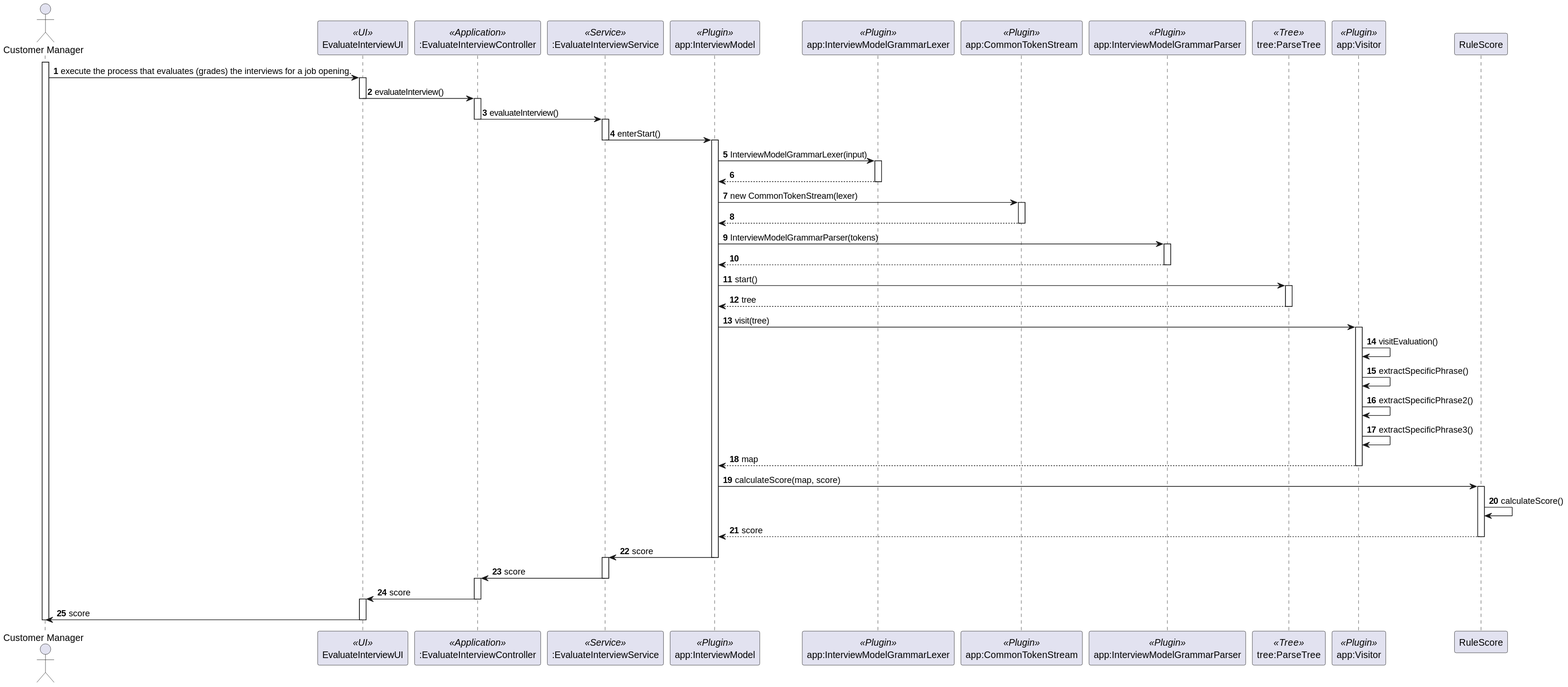
Before: docs/sprintC/1018/svg/1018-sequence-diagram.svg, a diagram exported from PlantUML (marcoferreira37/Lapr4). The source it was exported from:
```plantuml
@startuml
actor "Customer Manager" as Agent
participant "EvaluateInterviewUI" as ui <<UI>>
participant ":EvaluateInterviewController" as ctrl <<Application>>
participant ":EvaluateInterviewService" as jobServ <<Service>>
participant "app:InterviewModel" as interview <<Plugin>>
participant "app:InterviewModelGrammarLexer" as lexer <<Plugin>>
participant "app:CommonTokenStream" as stream <<Plugin>>
participant "app:InterviewModelGrammarParser" as parser <<Plugin>>
participant "tree:ParseTree" as tree <<Tree>>
participant "app:Visitor" as visitor <<Plugin>>





autonumber

activate Agent

Agent -> ui: execute the process that evaluates (grades) the interviews for a job opening.
activate ui
ui -> ctrl: evaluateInterview()
deactivate ui

activate ctrl
ctrl -> jobServ: evaluateInterview()
deactivate ctrl

activate jobServ


jobServ -> interview: enterStart()
deactivate jobServ

activate interview

interview -> lexer: InterviewModelGrammarLexer(input)
activate lexer
lexer --> interview:
deactivate lexer

interview -> stream: new CommonTokenStream(lexer)
activate stream
stream --> interview:
deactivate stream

interview -> parser: InterviewModelGrammarParser(tokens)
activate parser
parser--> interview:
deactivate parser

interview -> tree: start()
activate tree
tree --> interview: tree
deactivate tree


interview -> visitor: visit(tree)
activate visitor

visitor -> visitor: visitEvaluation()
visitor -> visitor: extractSpecificPhrase()
visitor -> visitor: extractSpecificPhrase2()
visitor -> visitor: extractSpecificPhrase3()

visitor --> interview: map
deactivate visitor

interview -> RuleScore: calculateScore(map, score)
activate RuleScore

RuleScore -> RuleScore: calculateScore()

RuleScore --> interview: score
deactivate RuleScore

interview -> jobServ: score
deactivate interview
activate jobServ

jobServ -> ctrl: score
deactivate jobServ
activate ctrl
ctrl -> ui: score
deactivate ctrl
activate ui
ui -> Agent: score
deactivate ui



deactivate Agent
@enduml
```
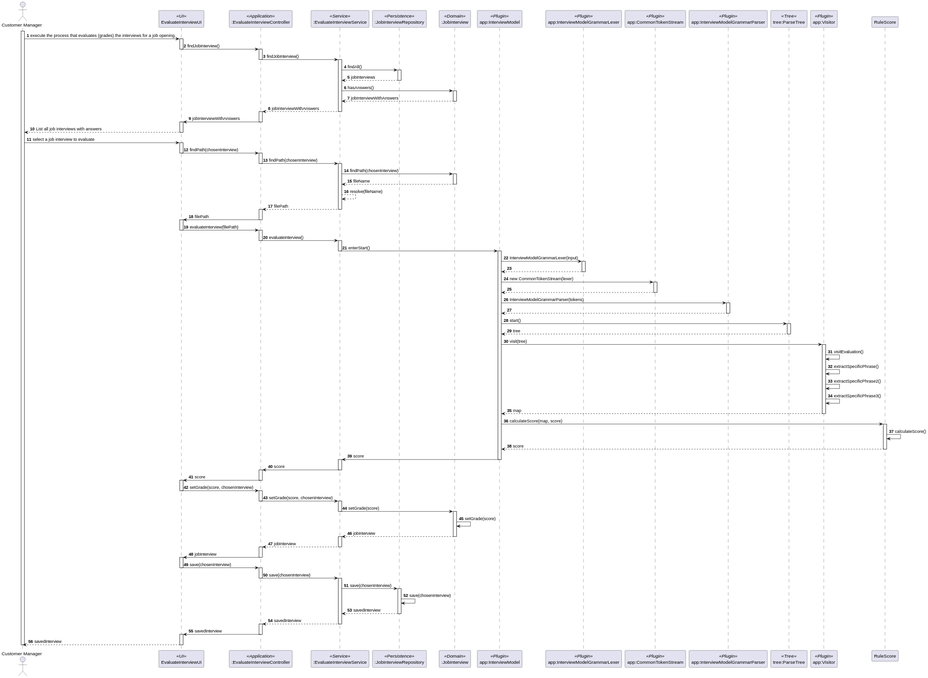
Above is the later version.

Commit message:
#43 update sequence diagram (add grade to the repository)

Diff of the diagram source:
```diff
@@ -3,6 +3,8 @@
 participant "EvaluateInterviewUI" as ui <<UI>>
 participant ":EvaluateInterviewController" as ctrl <<Application>>
 participant ":EvaluateInterviewService" as jobServ <<Service>>
+participant ":JobInterviewRepository" as jobInterRepo <<Persistence>>
+participant ":JobInterview" as jobInterview <<Domain>>
 participant "app:InterviewModel" as interview <<Plugin>>
 participant "app:InterviewModelGrammarLexer" as lexer <<Plugin>>
 participant "app:CommonTokenStream" as stream <<Plugin>>
@@ -14,16 +16,92 @@
 
 
 
+
 autonumber
 
 activate Agent
 
+
+
 Agent -> ui: execute the process that evaluates (grades) the interviews for a job opening.
 activate ui
-ui -> ctrl: evaluateInterview()
+
+ui -> ctrl: findJobInterview()
 deactivate ui
 
 activate ctrl
+
+ctrl -> jobServ: findJobInterview()
+deactivate ctrl
+
+activate jobServ
+
+jobServ -> jobInterRepo: findAll()
+activate jobInterRepo
+
+jobInterRepo --> jobServ: jobInterviews
+deactivate jobInterRepo
+
+jobServ -> jobInterview: hasAnswers()
+activate jobInterview
+
+jobInterview --> jobServ: jobInterviewWithAnswers
+
+deactivate jobInterview
+
+jobServ --> ctrl: jobInterviewWithAnswers
+deactivate jobServ
+
+activate ctrl
+
+ctrl -> ui: jobInterviewWithAnswers
+deactivate ctrl
+
+activate ui
+
+ui --> Agent: List all job interviews with answers
+deactivate ui
+
+Agent -> ui: select a job interview to evaluate
+activate ui
+
+
+ui -> ctrl :findPath(chosenInterview)
+deactivate ui
+
+activate ctrl
+
+ctrl -> jobServ: findPath(chosenInterview)
+deactivate ctrl
+
+activate jobServ
+
+jobServ -> jobInterview: findPath(chosenInterview)
+activate jobInterview
+
+jobInterview --> jobServ: fileName
+deactivate jobInterview
+
+jobServ --> jobServ: resolve(fileName)
+jobServ --> ctrl: filePath
+deactivate jobServ
+
+activate ctrl
+
+ctrl -> ui: filePath
+deactivate ctrl
+
+activate ui
+
+
+
+
+
+ui -> ctrl: evaluateInterview(filePath)
+deactivate ui
+
+activate ctrl
+
 ctrl -> jobServ: evaluateInterview()
 deactivate ctrl
 
@@ -85,8 +163,65 @@
 ctrl -> ui: score
 deactivate ctrl
 activate ui
-ui -> Agent: score
+ui -> ctrl: setGrade(score, chosenInterview)
 deactivate ui
+activate ctrl
+ctrl -> jobServ: setGrade(score, chosenInterview)
+deactivate ctrl
+activate jobServ
+jobServ -> jobInterview: setGrade(score)
+deactivate jobServ
+
+activate jobInterview
+jobInterview -> jobInterview: setGrade(score)
+jobInterview --> jobServ: jobInterview
+deactivate jobInterview
+activate jobServ
+
+jobServ --> ctrl: jobInterview
+deactivate jobServ
+
+activate ctrl
+
+ctrl -> ui: jobInterview
+deactivate ctrl
+
+activate ui
+
+ui -> ctrl: save(chosenInterview)
+deactivate ui
+
+activate ctrl
+
+ctrl -> jobServ: save(chosenInterview)
+deactivate ctrl
+
+activate jobServ
+
+jobServ -> jobInterRepo: save(chosenInterview)
+activate jobInterRepo
+
+
+jobInterRepo -> jobInterRepo: save(chosenInterview)
+jobInterRepo --> jobServ: savedInterview
+
+deactivate jobInterRepo
+
+jobServ --> ctrl: savedInterview
+deactivate jobServ
+
+
+activate ctrl
+
+ctrl -> ui: savedInterview
+
+deactivate ctrl
+
+activate ui
+
+ui --> Agent: savedInterview
+deactivate ui
+
 
 
 
```
